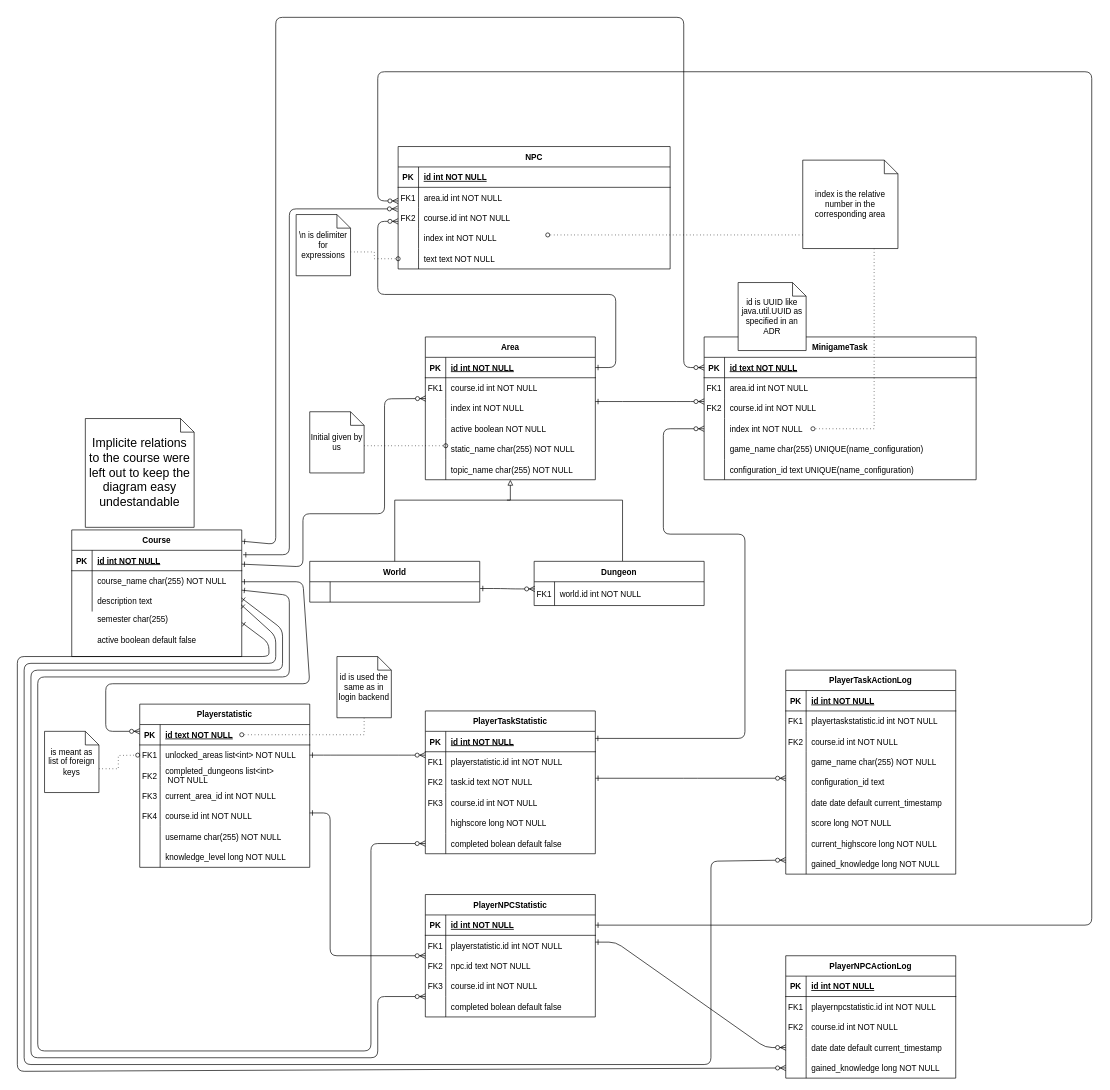
The draw.io diagram dev-manuals/services/overworld/database-model/database-model.drawio in Gamify-IT/docs, before the edit. Source tidied: cells renumbered, new cells numbered last; positions are measured from the earlier drawing's top-left corner, leaving out a move shared by most shapes. Both pictures are drawn from the tidied source at 68%, with x=0, y=0 at pixel (17, 17).
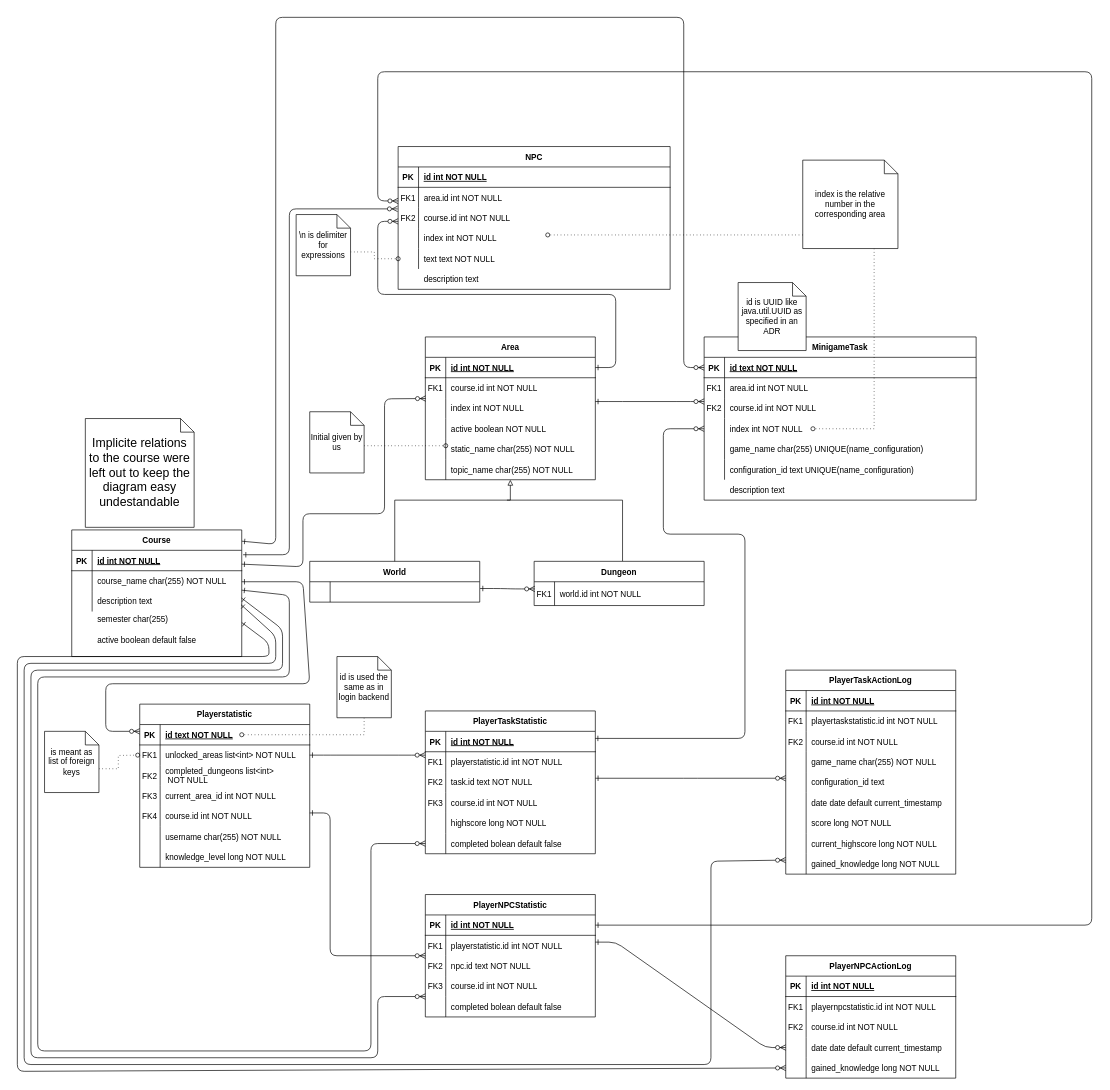
After the change.

Commit message (it also covers changes not shown here):
add description on npc and minigame task

What changed in the source:
```diff
@@
     <mxCell id="47" value="MinigameTask" style="shape=table;startSize=30;childLayout=tableLayout;rowLines=0;fontStyle=1;align=center;" parent="1" vertex="1">
-      <mxGeometry x="1010" y="470" width="400" height="210" as="geometry" />
+      <mxGeometry x="1010" y="470" width="400" height="240" as="geometry" />
     </mxCell>
@@
     <mxCell id="99" value="NPC" style="shape=table;startSize=30;childLayout=tableLayout;rowLines=0;fontStyle=1;align=center;" parent="1" vertex="1">
-      <mxGeometry x="560" y="190" width="400" height="180" as="geometry" />
+      <mxGeometry x="560" y="190" width="400" height="210" as="geometry" />
     </mxCell>
@@
+    <mxCell id="235" value="description text" style="shape=partialRectangle;overflow=hidden;fillColor=none;top=0;left=0;bottom=0;right=0;align=left;spacingLeft=6;" parent="1" vertex="1">
+      <mxGeometry x="590" y="370" width="370" height="30" as="geometry" />
+    </mxCell>
+    <mxCell id="236" value="description text" style="shape=partialRectangle;overflow=hidden;fillColor=none;top=0;left=0;bottom=0;right=0;align=left;spacingLeft=6;" parent="1" vertex="1">
+      <mxGeometry x="1040" y="680" width="370" height="30" as="geometry" />
+    </mxCell>
```
